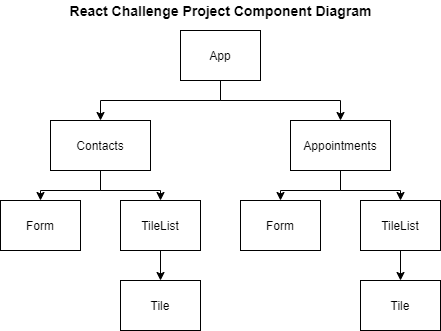
Above: images/component.png in jaceva/react-challenge (draw.io), before the change. Source tidied: cells renumbered, new cells last; positions are measured from the earlier drawing's top-left corner, leaving out a move shared by most shapes. The source it was exported from:
```xml
<mxGraphModel>
  <root>
    <mxCell id="0" />
    <mxCell id="1" parent="0" />
    <mxCell id="2" style="edgeStyle=orthogonalEdgeStyle;rounded=0;jettySize=auto;html=1;exitX=0.5;exitY=1;exitDx=0;exitDy=0;entryX=0.5;entryY=0;entryDx=0;entryDy=0;" parent="1" edge="1" source="4" target="8">
      <mxGeometry relative="1" as="geometry" />
    </mxCell>
    <mxCell id="3" style="edgeStyle=orthogonalEdgeStyle;rounded=0;jettySize=auto;html=1;exitX=0.5;exitY=1;exitDx=0;exitDy=0;entryX=0.5;entryY=0;entryDx=0;entryDy=0;" parent="1" edge="1" source="4" target="12">
      <mxGeometry relative="1" as="geometry" />
    </mxCell>
    <mxCell id="4" style="rounded=0;whiteSpace=wrap;html=1;" parent="1" vertex="1">
      <mxGeometry x="180" y="30" width="80" height="50" as="geometry" />
    </mxCell>
    <mxCell id="5" value="App" style="text;html=1;strokeColor=none;fillColor=none;align=center;verticalAlign=middle;whiteSpace=wrap;rounded=0;" parent="1" vertex="1">
      <mxGeometry x="190" y="40" width="60" height="30" as="geometry" />
    </mxCell>
    <mxCell id="6" style="edgeStyle=orthogonalEdgeStyle;rounded=0;jettySize=auto;html=1;exitX=0.5;exitY=1;exitDx=0;exitDy=0;entryX=0.5;entryY=0;entryDx=0;entryDy=0;" parent="1" edge="1" source="8" target="14">
      <mxGeometry relative="1" as="geometry" />
    </mxCell>
    <mxCell id="7" style="edgeStyle=orthogonalEdgeStyle;rounded=0;jettySize=auto;html=1;exitX=0.5;exitY=1;exitDx=0;exitDy=0;entryX=0.5;entryY=0;entryDx=0;entryDy=0;" parent="1" edge="1" source="8" target="17">
      <mxGeometry relative="1" as="geometry" />
    </mxCell>
    <mxCell id="8" style="rounded=0;whiteSpace=wrap;html=1;" parent="1" vertex="1">
      <mxGeometry x="50" y="120" width="100" height="50" as="geometry" />
    </mxCell>
    <mxCell id="9" value="Contacts" style="text;html=1;strokeColor=none;fillColor=none;align=center;verticalAlign=middle;whiteSpace=wrap;rounded=0;" parent="1" vertex="1">
      <mxGeometry x="70" y="130" width="60" height="30" as="geometry" />
    </mxCell>
    <mxCell id="10" style="edgeStyle=orthogonalEdgeStyle;rounded=0;jettySize=auto;html=1;exitX=0.5;exitY=1;exitDx=0;exitDy=0;entryX=0.5;entryY=0;entryDx=0;entryDy=0;" parent="1" edge="1" source="12" target="19">
      <mxGeometry relative="1" as="geometry" />
    </mxCell>
    <mxCell id="11" style="edgeStyle=orthogonalEdgeStyle;rounded=0;jettySize=auto;html=1;exitX=0.5;exitY=1;exitDx=0;exitDy=0;entryX=0.5;entryY=0;entryDx=0;entryDy=0;" parent="1" edge="1" source="12" target="22">
      <mxGeometry relative="1" as="geometry" />
    </mxCell>
    <mxCell id="12" style="rounded=0;whiteSpace=wrap;html=1;" parent="1" vertex="1">
      <mxGeometry x="290" y="120" width="100" height="50" as="geometry" />
    </mxCell>
    <mxCell id="13" value="Appointments" style="text;html=1;strokeColor=none;fillColor=none;align=center;verticalAlign=middle;whiteSpace=wrap;rounded=0;" parent="1" vertex="1">
      <mxGeometry x="310" y="130" width="60" height="30" as="geometry" />
    </mxCell>
    <mxCell id="14" style="rounded=0;whiteSpace=wrap;html=1;" parent="1" vertex="1">
      <mxGeometry y="200" width="80" height="50" as="geometry" />
    </mxCell>
    <mxCell id="15" value="Form" style="text;html=1;strokeColor=none;fillColor=none;align=center;verticalAlign=middle;whiteSpace=wrap;rounded=0;" parent="1" vertex="1">
      <mxGeometry x="10" y="210" width="60" height="30" as="geometry" />
    </mxCell>
    <mxCell id="16" style="edgeStyle=orthogonalEdgeStyle;rounded=0;jettySize=auto;html=1;exitX=0.5;exitY=1;exitDx=0;exitDy=0;entryX=0.5;entryY=0;entryDx=0;entryDy=0;" parent="1" edge="1" source="17" target="25">
      <mxGeometry relative="1" as="geometry" />
    </mxCell>
    <mxCell id="17" style="rounded=0;whiteSpace=wrap;html=1;" parent="1" vertex="1">
      <mxGeometry x="120" y="200" width="80" height="50" as="geometry" />
    </mxCell>
    <mxCell id="18" value="TileList" style="text;html=1;strokeColor=none;fillColor=none;align=center;verticalAlign=middle;whiteSpace=wrap;rounded=0;" parent="1" vertex="1">
      <mxGeometry x="130" y="210" width="60" height="30" as="geometry" />
    </mxCell>
    <mxCell id="19" style="rounded=0;whiteSpace=wrap;html=1;" parent="1" vertex="1">
      <mxGeometry x="240" y="200" width="80" height="50" as="geometry" />
    </mxCell>
    <mxCell id="20" value="Form" style="text;html=1;strokeColor=none;fillColor=none;align=center;verticalAlign=middle;whiteSpace=wrap;rounded=0;" parent="1" vertex="1">
      <mxGeometry x="250" y="210" width="60" height="30" as="geometry" />
    </mxCell>
    <mxCell id="21" style="edgeStyle=orthogonalEdgeStyle;rounded=0;jettySize=auto;html=1;exitX=0.5;exitY=1;exitDx=0;exitDy=0;entryX=0.5;entryY=0;entryDx=0;entryDy=0;" parent="1" edge="1" source="22" target="27">
      <mxGeometry relative="1" as="geometry" />
    </mxCell>
    <mxCell id="22" style="rounded=0;whiteSpace=wrap;html=1;" parent="1" vertex="1">
      <mxGeometry x="360" y="200" width="80" height="50" as="geometry" />
    </mxCell>
    <mxCell id="23" value="TileList" style="text;html=1;strokeColor=none;fillColor=none;align=center;verticalAlign=middle;whiteSpace=wrap;rounded=0;" parent="1" vertex="1">
      <mxGeometry x="370" y="210" width="60" height="30" as="geometry" />
    </mxCell>
    <mxCell id="24" value="&lt;b&gt;&lt;font style=&quot;font-size: 14px&quot;&gt;React Challenge Project Component Diagram&lt;/font&gt;&lt;/b&gt;" style="text;html=1;align=center;verticalAlign=middle;" parent="1" vertex="1">
      <mxGeometry x="60" width="320" height="20" as="geometry" />
    </mxCell>
    <mxCell id="25" style="rounded=0;whiteSpace=wrap;html=1;" parent="1" vertex="1">
      <mxGeometry x="120" y="280" width="80" height="50" as="geometry" />
    </mxCell>
    <mxCell id="26" value="Tile" style="text;html=1;strokeColor=none;fillColor=none;align=center;verticalAlign=middle;whiteSpace=wrap;rounded=0;" parent="1" vertex="1">
      <mxGeometry x="130" y="290" width="60" height="30" as="geometry" />
    </mxCell>
    <mxCell id="27" style="rounded=0;whiteSpace=wrap;html=1;" parent="1" vertex="1">
      <mxGeometry x="360" y="280" width="80" height="50" as="geometry" />
    </mxCell>
    <mxCell id="28" value="Tile" style="text;html=1;strokeColor=none;fillColor=none;align=center;verticalAlign=middle;whiteSpace=wrap;rounded=0;" parent="1" vertex="1">
      <mxGeometry x="370" y="290" width="60" height="30" as="geometry" />
    </mxCell>
  </root>
</mxGraphModel>
```
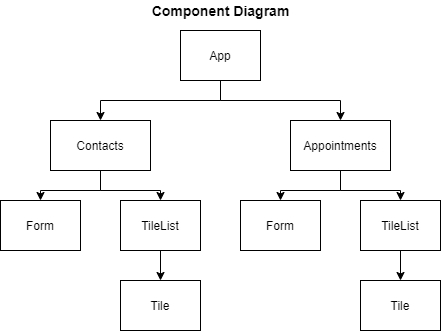
After the commit.

Commit message:
updated component diagram

Change to the diagram source:
```diff
@@ -68,8 +68,8 @@
     <mxCell id="23" value="TileList" style="text;html=1;strokeColor=none;fillColor=none;align=center;verticalAlign=middle;whiteSpace=wrap;rounded=0;" parent="1" vertex="1">
       <mxGeometry x="370" y="210" width="60" height="30" as="geometry" />
     </mxCell>
-    <mxCell id="24" value="&lt;b&gt;&lt;font style=&quot;font-size: 14px&quot;&gt;React Challenge Project Component Diagram&lt;/font&gt;&lt;/b&gt;" style="text;html=1;align=center;verticalAlign=middle;" parent="1" vertex="1">
-      <mxGeometry x="60" width="320" height="20" as="geometry" />
+    <mxCell id="24" value="&lt;b&gt;&lt;font style=&quot;font-size: 14px&quot;&gt;Component Diagram&lt;/font&gt;&lt;/b&gt;" style="text;html=1;align=center;verticalAlign=middle;" parent="1" vertex="1">
+      <mxGeometry x="145" width="150" height="20" as="geometry" />
     </mxCell>
     <mxCell id="25" style="rounded=0;whiteSpace=wrap;html=1;" parent="1" vertex="1">
       <mxGeometry x="120" y="280" width="80" height="50" as="geometry" />
```
